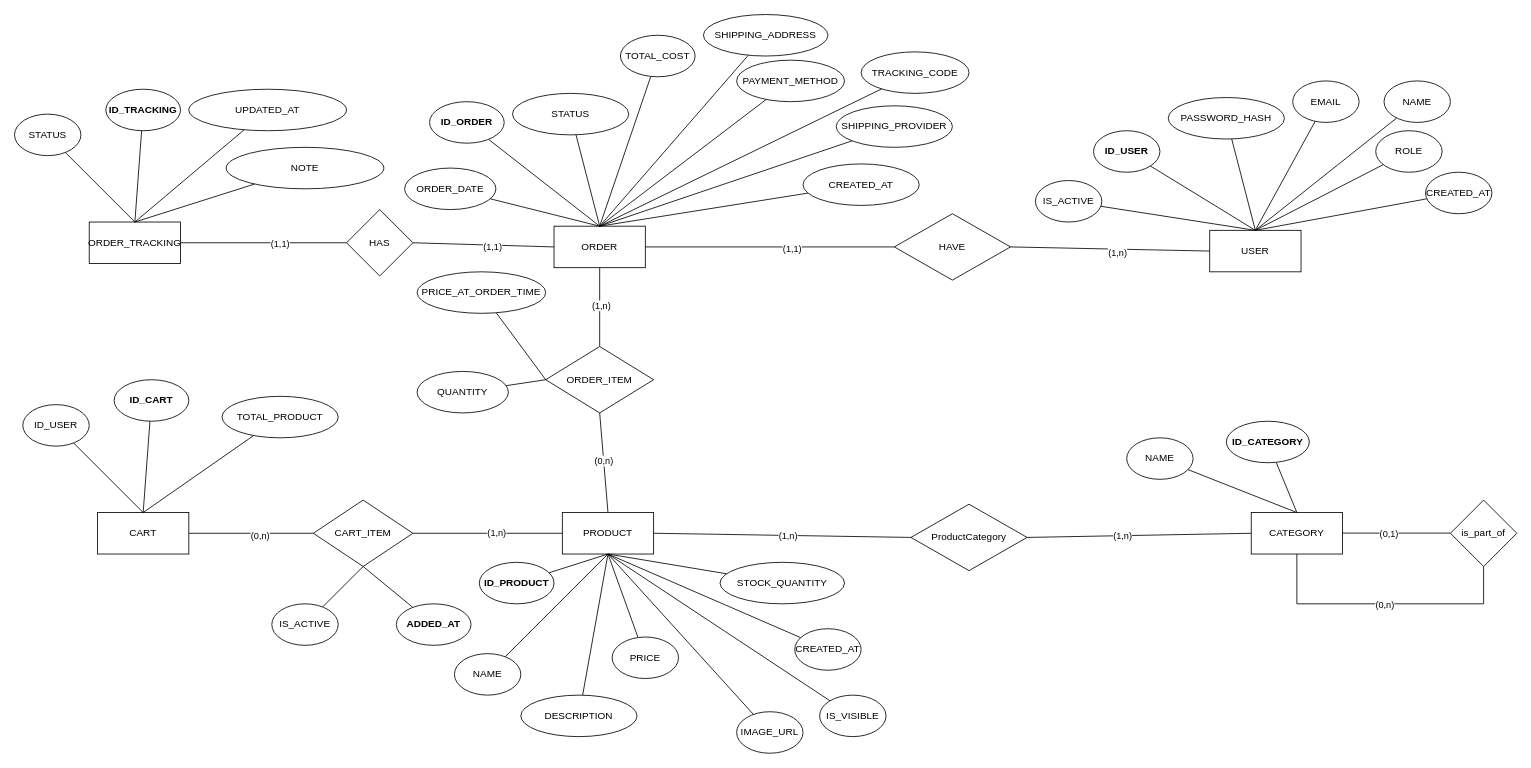
Above: UML/ERD.drawio in NTNxPVTP/IS207 (draw.io), before the change. Source tidied: cells renumbered, new cells numbered last; positions are measured from the earlier drawing's top-left corner, leaving out a move shared by most shapes. Both pictures are drawn from the tidied source at 83%, with x=0, y=0 at pixel (14, 14).
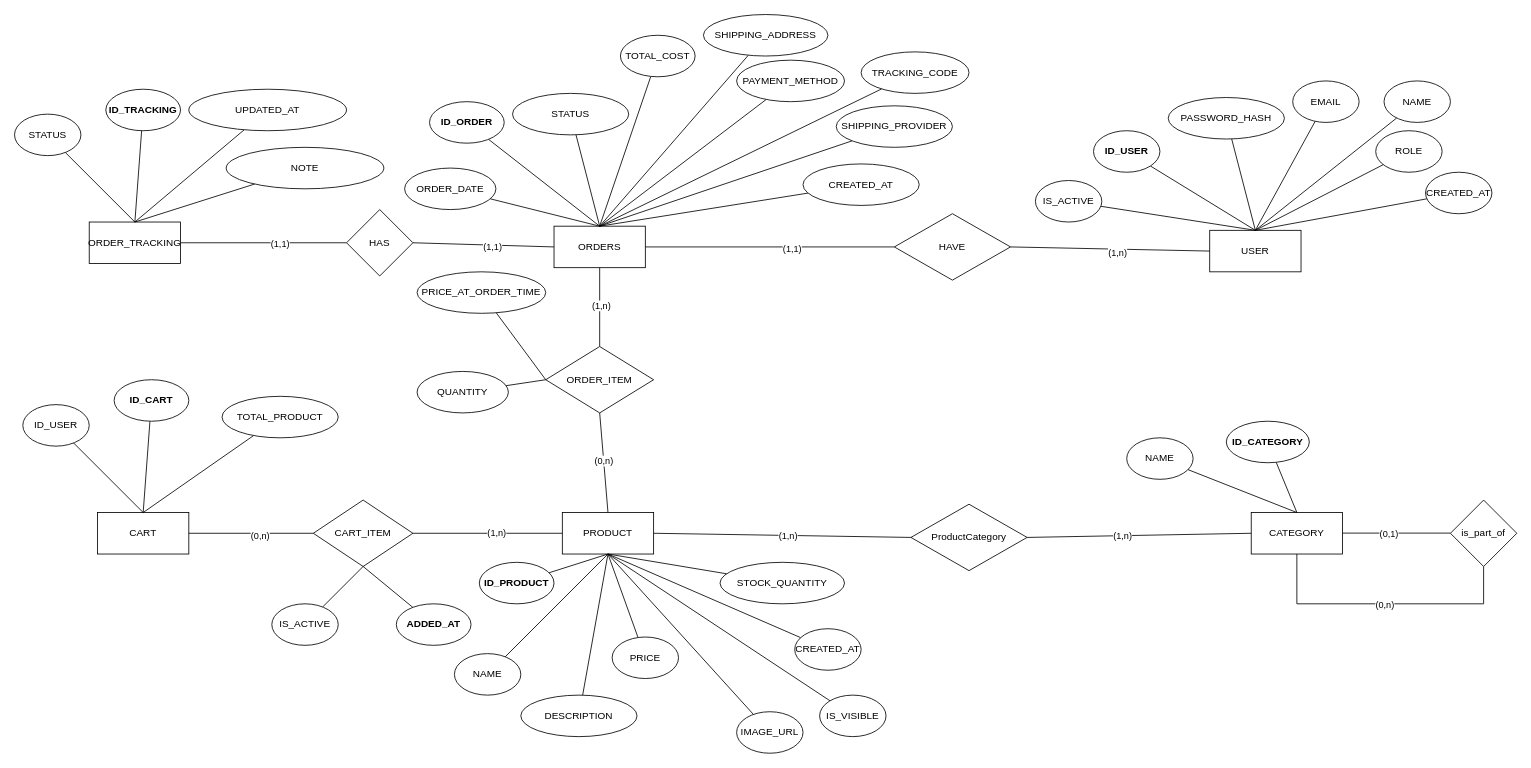
After the change.

Change to the diagram source:
```diff
@@
-    <mxCell id="65" value="ORDER" style="html=1;whiteSpace=wrap;" parent="1" vertex="1">
+    <mxCell id="65" value="ORDERS" style="html=1;whiteSpace=wrap;" parent="1" vertex="1">
       <mxGeometry x="650" y="255" width="110" height="50" as="geometry" />
     </mxCell>
```
